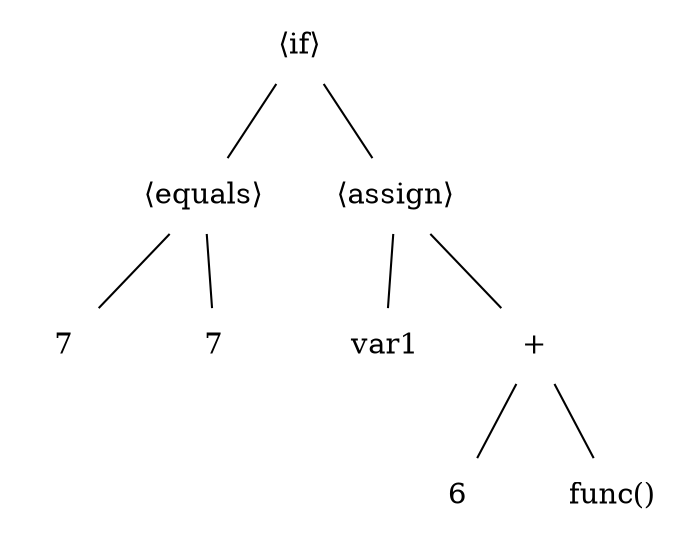
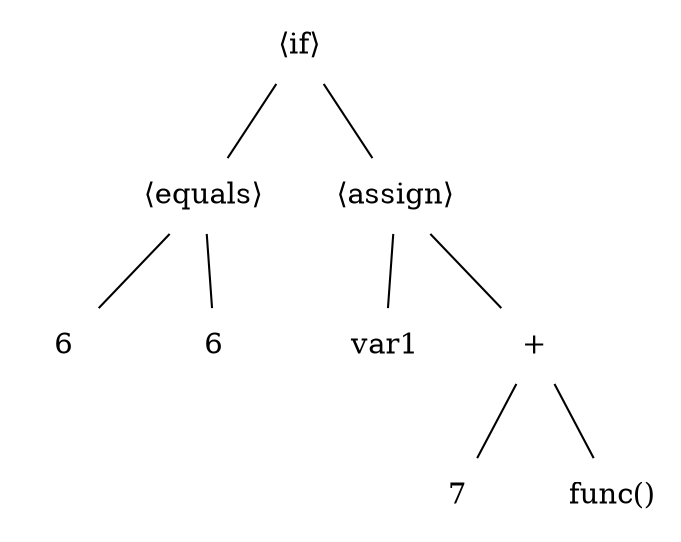
graph ast_assignment {
    ranksep = 0.5;

    node [shape = "plaintext"];
    edge [labeldistance = 2, labelangle = 0, fontsize = 10];

    if_stmt [label = <⟨if⟩>];
    if_cond [label = <⟨equals⟩>];
-     cond_lhs [label = "7"];
-     cond_rhs [label = "7"];
+     cond_lhs [label = "6"];
+     cond_rhs [label = "6"];

    if_stmt -- if_cond;
    if_cond -- cond_lhs;
    if_cond -- cond_rhs;

    if_stmt -- asgn_stmt;

    asgn_stmt [label = <⟨assign⟩>];
    asgn_lvalue [label = "var1"];

    add_expr [label = <+>];
-     add_num1 [label = "6"];
+     add_num1 [label = "7"];
    add_num2 [label = "func()"];

    asgn_stmt -- asgn_lvalue;
    asgn_stmt -- add_expr;

    add_expr -- add_num1;
    add_expr -- add_num2;
}
